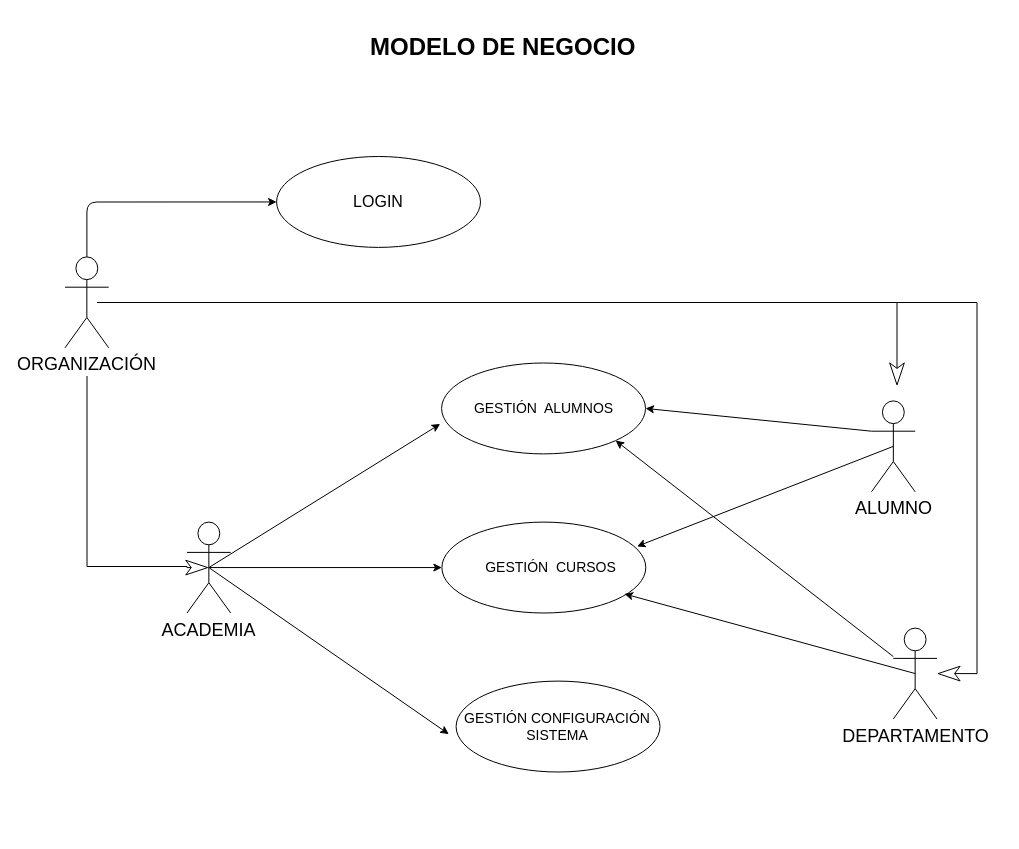
Before: ERS/documentos/modelo de negocio.drawio in egobru/Gestion_Alumnos, a draw.io diagram. Source tidied: cells renumbered, new cells numbered last; positions are measured from the earlier drawing's top-left corner, leaving out a move shared by most shapes. Both pictures are drawn from the tidied source at 100%, with x=0, y=0 at pixel (65, 27).
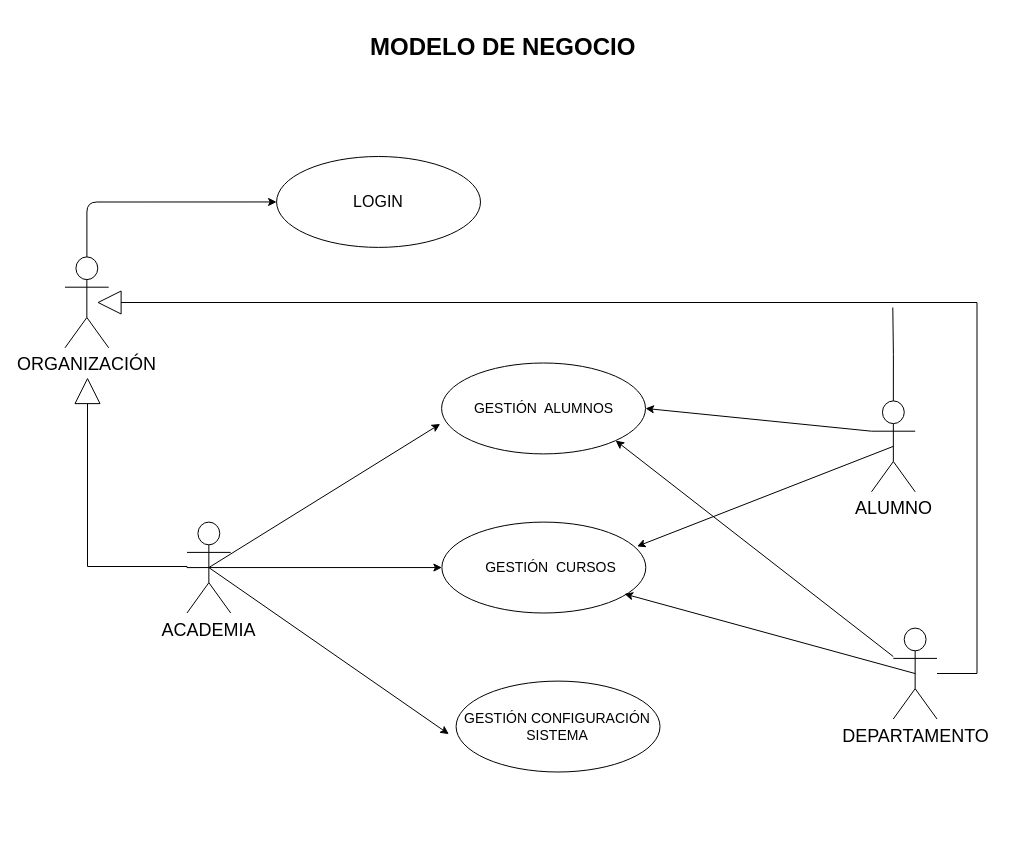
Above is the later version.

The change refers to these unchanged cells:
```xml
<mxCell id="3" style="group;" parent="1" vertex="1">
  <mxGeometry x="-0.5" y="129" width="912" height="676" as="geometry" />
</mxCell>
<mxCell id="4" style="group;" parent="3" vertex="1">
  <mxGeometry x="122" y="146" width="750" height="530" as="geometry" />
</mxCell>
<mxCell id="5" value="&lt;font style=&quot;font-size: 18px&quot;&gt;ACADEMIA&lt;/font&gt;" style="shape=umlActor;verticalLabelPosition=bottom;labelBackgroundColor=#ffffff;verticalAlign=top;html=1;outlineConnect=0;" parent="4" vertex="1">
  <mxGeometry y="219.6" width="43.7" height="90.9" as="geometry" />
</mxCell>
<mxCell id="7" value="&lt;font style=&quot;font-size: 18px&quot;&gt;DEPARTAMENTO&lt;/font&gt;" style="shape=umlActor;verticalLabelPosition=bottom;labelBackgroundColor=#ffffff;verticalAlign=top;html=1;outlineConnect=0;" parent="4" vertex="1">
  <mxGeometry x="706.3" y="325.6" width="43.7" height="90.9" as="geometry" />
</mxCell>
<mxCell id="8" value="&lt;font style=&quot;font-size: 18px&quot;&gt;ALUMNO&lt;/font&gt;" style="shape=umlActor;verticalLabelPosition=bottom;labelBackgroundColor=#ffffff;verticalAlign=top;html=1;outlineConnect=0;" parent="4" vertex="1">
  <mxGeometry x="684.5" y="98.4" width="43.7" height="90.9" as="geometry" />
</mxCell>
```

The edit, as a diff of the source:
```diff
@@
-    <mxCell id="25" style="edgeStyle=orthogonalEdgeStyle;rounded=0;jettySize=auto;html=1;entryX=0.5;entryY=0.5;entryDx=0;entryDy=0;entryPerimeter=0;fontSize=18;endArrow=classicThin;endFill=0;strokeWidth=1;endSize=21;startFill=0;startArrow=classicThin;" parent="3" edge="1" target="5">
+    <mxCell id="25" style="edgeStyle=orthogonalEdgeStyle;rounded=0;jettySize=auto;html=1;fontSize=18;endArrow=block;endFill=0;strokeWidth=1;endSize=24;startFill=0;startArrow=none;exitX=0.5;exitY=0.5;exitDx=0;exitDy=0;exitPerimeter=0;startSize=8;" parent="4" edge="1" source="5">
       <mxGeometry relative="1" as="geometry">
-        <mxPoint x="22" y="199.5" as="sourcePoint" />
+        <mxPoint x="-99.5" y="75" as="targetPoint" />
         <Array as="points">
-          <mxPoint x="22" y="410" />
-          <mxPoint x="122" y="410" />
-          <mxPoint x="122" y="411" />
+          <mxPoint y="265" />
+          <mxPoint y="264" />
+          <mxPoint x="-100" y="264" />
         </Array>
       </mxGeometry>
     </mxCell>
-    <mxCell id="26" style="edgeStyle=orthogonalEdgeStyle;rounded=0;orthogonalLoop=1;jettySize=auto;html=1;fontSize=18;endArrow=classicThin;endFill=0;strokeWidth=1;startArrow=none;startFill=0;endSize=21;" parent="3" edge="1">
-      <mxGeometry relative="1" as="geometry">
-        <mxPoint x="42" y="146" as="sourcePoint" />
-        <mxPoint x="832" y="229.5" as="targetPoint" />
-        <Array as="points">
-          <mxPoint x="44" y="146" />
-          <mxPoint x="832" y="146" />
-        </Array>
-      </mxGeometry>
-    </mxCell>
@@
-    <mxCell id="28" style="edgeStyle=orthogonalEdgeStyle;rounded=0;jettySize=auto;html=1;fontSize=18;endArrow=classicThin;endFill=0;strokeWidth=1;startArrow=none;startFill=0;endSize=21;" parent="3" edge="1" target="7">
+    <mxCell id="28" style="edgeStyle=orthogonalEdgeStyle;rounded=0;jettySize=auto;html=1;fontSize=18;endArrow=none;endFill=0;strokeWidth=1;startArrow=block;startFill=0;endSize=21;startSize=22;" parent="3" edge="1" target="7">
       <mxGeometry relative="1" as="geometry">
         <mxPoint x="32" y="146" as="sourcePoint" />
         <Array as="points">
-          <mxPoint x="44" y="146" />
           <mxPoint x="912" y="146" />
-          <mxPoint x="912" y="510" />
+          <mxPoint x="912" y="517" />
         </Array>
       </mxGeometry>
     </mxCell>
@@
+    <mxCell id="31" style="edgeStyle=orthogonalEdgeStyle;rounded=0;jettySize=auto;html=1;exitX=0.5;exitY=0;exitDx=0;exitDy=0;exitPerimeter=0;startArrow=none;startFill=0;startSize=8;endArrow=none;endFill=0;endSize=24;" parent="1" edge="1" source="8">
+      <mxGeometry relative="1" as="geometry">
+        <mxPoint x="827.3" y="280" as="targetPoint" />
+      </mxGeometry>
+    </mxCell>
```
